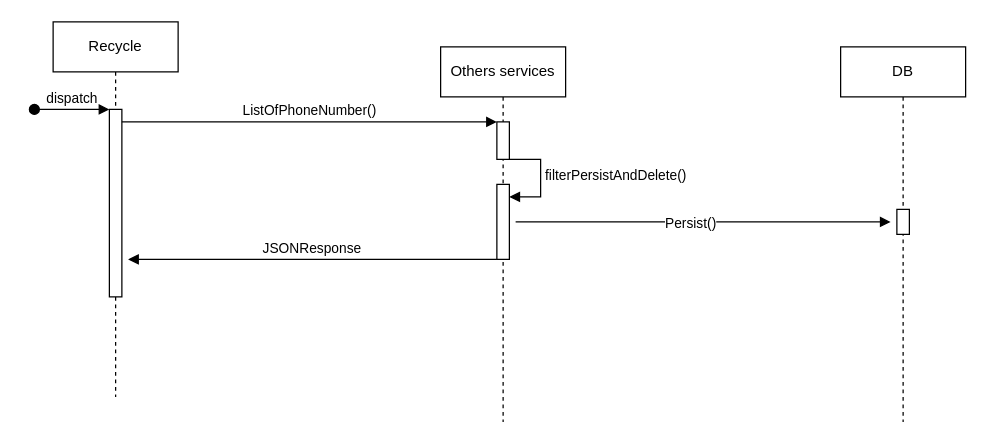
Before: simCardRecycle.drawio in Sinclair-boop/admin_django, a draw.io diagram. Source tidied: cells renumbered, new cells numbered last; positions are measured from the earlier drawing's top-left corner, leaving out a move shared by most shapes. Both pictures are drawn from the tidied source at 125%, with x=0, y=0 at pixel (34, 21).
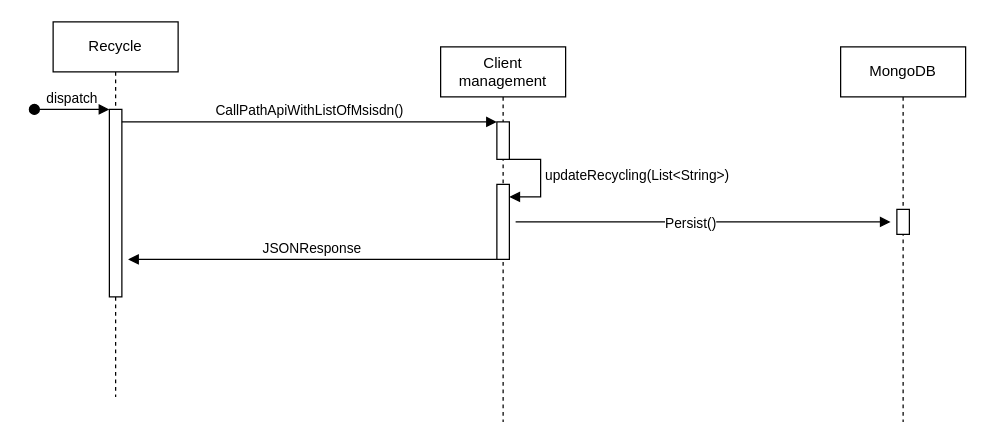
Above is the later version.

The change refers to these unchanged cells:
```xml
<mxCell id="3" style="html=1;points=[];perimeter=orthogonalPerimeter;outlineConnect=0;targetShapes=umlLifeline;portConstraint=eastwest;newEdgeStyle={&quot;edgeStyle&quot;:&quot;elbowEdgeStyle&quot;,&quot;elbow&quot;:&quot;vertical&quot;,&quot;curved&quot;:0,&quot;rounded&quot;:0};" parent="2" vertex="1">
  <mxGeometry x="45" y="70" width="10" height="150" as="geometry" />
</mxCell>
<mxCell id="6" style="html=1;points=[[0,0,0,0,5],[0,1,0,0,-5],[1,0,0,0,5],[1,1,0,0,-5]];perimeter=orthogonalPerimeter;outlineConnect=0;targetShapes=umlLifeline;portConstraint=eastwest;newEdgeStyle={&quot;curved&quot;:0,&quot;rounded&quot;:0};" parent="5" vertex="1">
  <mxGeometry x="45" y="110" width="10" height="60" as="geometry" />
</mxCell>
```

Diff of the diagram source:
```diff
@@
-<mxGraphModel>
+<mxGraphModel background="#FFFFFF">
@@
-    <mxCell id="5" value="Others services" style="shape=umlLifeline;perimeter=lifelinePerimeter;whiteSpace=wrap;html=1;newEdgeStyle={&quot;edgeStyle&quot;:&quot;elbowEdgeStyle&quot;,&quot;elbow&quot;:&quot;vertical&quot;,&quot;curved&quot;:0,&quot;rounded&quot;:0};" parent="1" vertex="1">
+    <mxCell id="5" value="Client management" style="shape=umlLifeline;perimeter=lifelinePerimeter;whiteSpace=wrap;html=1;newEdgeStyle={&quot;edgeStyle&quot;:&quot;elbowEdgeStyle&quot;,&quot;elbow&quot;:&quot;vertical&quot;,&quot;curved&quot;:0,&quot;rounded&quot;:0};" parent="1" vertex="1">
       <mxGeometry x="325" y="20" width="100" height="300" as="geometry" />
     </mxCell>
@@
-    <mxCell id="7" value="filterPersistAndDelete()" style="html=1;align=left;spacingLeft=2;endArrow=block;rounded=0;edgeStyle=orthogonalEdgeStyle;curved=0;rounded=0;" parent="5" edge="1" target="6">
+    <mxCell id="7" value="updateRecycling(List&amp;lt;String&amp;gt;)" style="html=1;align=left;spacingLeft=2;endArrow=block;rounded=0;edgeStyle=orthogonalEdgeStyle;curved=0;rounded=0;" parent="5" edge="1" target="6">
       <mxGeometry relative="1" as="geometry">
         <mxPoint x="50" y="90" as="sourcePoint" />
         <Array as="points">
           <mxPoint x="80" y="120" />
         </Array>
       </mxGeometry>
     </mxCell>
@@
-    <mxCell id="9" value="ListOfPhoneNumber()" style="html=1;verticalAlign=bottom;endArrow=block;edgeStyle=elbowEdgeStyle;elbow=vertical;curved=0;rounded=0;" parent="1" edge="1" source="3">
+    <mxCell id="9" value="CallPathApiWithListOfMsisdn()" style="html=1;verticalAlign=bottom;endArrow=block;edgeStyle=elbowEdgeStyle;elbow=vertical;curved=0;rounded=0;" parent="1" edge="1" source="3">
       <mxGeometry relative="1" as="geometry">
         <mxPoint x="370" y="80" as="targetPoint" />
         <Array as="points">
           <mxPoint x="155" y="80" />
         </Array>
       </mxGeometry>
     </mxCell>
@@
-    <mxCell id="11" value="DB" style="shape=umlLifeline;perimeter=lifelinePerimeter;whiteSpace=wrap;html=1;newEdgeStyle={&quot;edgeStyle&quot;:&quot;elbowEdgeStyle&quot;,&quot;elbow&quot;:&quot;vertical&quot;,&quot;curved&quot;:0,&quot;rounded&quot;:0};" parent="1" vertex="1">
+    <mxCell id="11" value="MongoDB" style="shape=umlLifeline;perimeter=lifelinePerimeter;whiteSpace=wrap;html=1;newEdgeStyle={&quot;edgeStyle&quot;:&quot;elbowEdgeStyle&quot;,&quot;elbow&quot;:&quot;vertical&quot;,&quot;curved&quot;:0,&quot;rounded&quot;:0};" parent="1" vertex="1">
       <mxGeometry x="645" y="20" width="100" height="300" as="geometry" />
     </mxCell>
```
